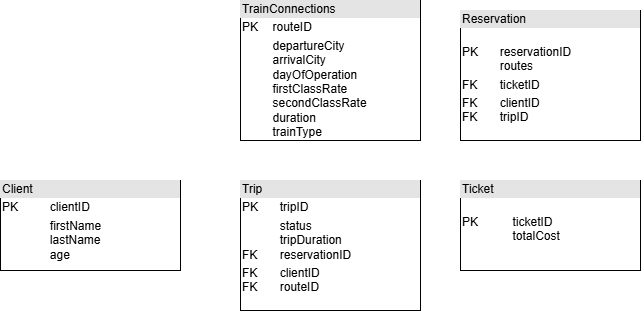
Earlier version of the draw.io export artifacts/relational_data_model.drawio.png (rajdey03/SOEN342). Source tidied: cells renumbered, new cells last; positions are measured from the earlier drawing's top-left corner, leaving out a move shared by most shapes. Its diagram source:
```xml
<mxGraphModel>
  <root>
    <mxCell id="0" />
    <mxCell id="1" parent="0" />
    <mxCell id="2" value="&lt;div style=&quot;box-sizing: border-box; width: 100%; background: rgb(228, 228, 228); padding: 2px;&quot;&gt;TrainConnections&lt;/div&gt;&lt;table style=&quot;width:100%;font-size:1em;&quot; cellpadding=&quot;2&quot; cellspacing=&quot;0&quot;&gt;&lt;tbody&gt;&lt;tr&gt;&lt;td&gt;PK&lt;br&gt;&lt;/td&gt;&lt;td&gt;routeID&lt;br&gt;&lt;/td&gt;&lt;/tr&gt;&lt;tr&gt;&lt;td&gt;&lt;br&gt;&lt;br&gt;&lt;br&gt;&lt;br&gt;&lt;br&gt;&lt;br&gt;&lt;/td&gt;&lt;td&gt;departureCity&lt;br&gt;arrivalCity&lt;br&gt;dayOfOperation&lt;br&gt;firstClassRate&lt;br&gt;secondClassRate&lt;br&gt;duration&lt;br&gt;trainType&lt;br&gt;&lt;/td&gt;&lt;/tr&gt;&lt;tr&gt;&lt;td&gt;&lt;/td&gt;&lt;td&gt;&lt;br&gt;&lt;/td&gt;&lt;/tr&gt;&lt;/tbody&gt;&lt;/table&gt;" style="verticalAlign=top;align=left;overflow=fill;html=1;whiteSpace=wrap;" parent="1" vertex="1">
      <mxGeometry x="240" width="180" height="140" as="geometry" />
    </mxCell>
    <mxCell id="3" value="&lt;div style=&quot;box-sizing: border-box; width: 100%; background: rgb(228, 228, 228); padding: 2px;&quot;&gt;Client&lt;/div&gt;&lt;table style=&quot;width:100%;font-size:1em;&quot; cellpadding=&quot;2&quot; cellspacing=&quot;0&quot;&gt;&lt;tbody&gt;&lt;tr&gt;&lt;td&gt;PK&lt;/td&gt;&lt;td&gt;clientID&lt;/td&gt;&lt;/tr&gt;&lt;tr&gt;&lt;td&gt;&lt;br&gt;&lt;/td&gt;&lt;td&gt;firstName&lt;br&gt;lastName&lt;br&gt;age&lt;/td&gt;&lt;/tr&gt;&lt;tr&gt;&lt;td&gt;&lt;/td&gt;&lt;td&gt;&lt;br&gt;&lt;/td&gt;&lt;/tr&gt;&lt;/tbody&gt;&lt;/table&gt;" style="verticalAlign=top;align=left;overflow=fill;html=1;whiteSpace=wrap;" parent="1" vertex="1">
      <mxGeometry y="180" width="180" height="90" as="geometry" />
    </mxCell>
    <mxCell id="4" value="&lt;div style=&quot;box-sizing: border-box; width: 100%; background: rgb(228, 228, 228); padding: 2px;&quot;&gt;Trip&lt;/div&gt;&lt;table style=&quot;width:100%;font-size:1em;&quot; cellpadding=&quot;2&quot; cellspacing=&quot;0&quot;&gt;&lt;tbody&gt;&lt;tr&gt;&lt;td&gt;PK&lt;/td&gt;&lt;td&gt;tripID&lt;/td&gt;&lt;/tr&gt;&lt;tr&gt;&lt;td&gt;&lt;br&gt;&lt;br&gt;FK&lt;/td&gt;&lt;td&gt;status&lt;br&gt;tripDuration&lt;br&gt;reservationID&lt;br&gt;&lt;/td&gt;&lt;/tr&gt;&lt;tr&gt;&lt;td&gt;FK&lt;br&gt;FK&lt;/td&gt;&lt;td&gt;clientID&lt;br&gt;routeID&lt;br&gt;&lt;/td&gt;&lt;/tr&gt;&lt;/tbody&gt;&lt;/table&gt;" style="verticalAlign=top;align=left;overflow=fill;html=1;whiteSpace=wrap;" parent="1" vertex="1">
      <mxGeometry x="240" y="180" width="180" height="130" as="geometry" />
    </mxCell>
    <mxCell id="5" value="&lt;div style=&quot;box-sizing: border-box; width: 100%; background: rgb(228, 228, 228); padding: 2px;&quot;&gt;Reservation&lt;/div&gt;&lt;table style=&quot;width:100%;font-size:1em;&quot; cellpadding=&quot;2&quot; cellspacing=&quot;0&quot;&gt;&lt;tbody&gt;&lt;tr&gt;&lt;td&gt;PK&lt;/td&gt;&lt;td&gt;&lt;br&gt;reservationID&lt;br&gt;routes&lt;/td&gt;&lt;/tr&gt;&lt;tr&gt;&lt;td&gt;FK&lt;/td&gt;&lt;td&gt;ticketID&lt;br&gt;&lt;/td&gt;&lt;/tr&gt;&lt;tr&gt;&lt;td&gt;FK&lt;br&gt;FK&lt;/td&gt;&lt;td&gt;clientID&lt;br&gt;tripID&lt;/td&gt;&lt;/tr&gt;&lt;/tbody&gt;&lt;/table&gt;" style="verticalAlign=top;align=left;overflow=fill;html=1;whiteSpace=wrap;" parent="1" vertex="1">
      <mxGeometry x="460" y="10" width="180" height="130" as="geometry" />
    </mxCell>
    <mxCell id="6" value="&lt;div style=&quot;box-sizing: border-box; width: 100%; background: rgb(228, 228, 228); padding: 2px;&quot;&gt;Ticket&lt;/div&gt;&lt;table style=&quot;width:100%;font-size:1em;&quot; cellpadding=&quot;2&quot; cellspacing=&quot;0&quot;&gt;&lt;tbody&gt;&lt;tr&gt;&lt;td&gt;PK&lt;/td&gt;&lt;td&gt;&lt;br&gt;ticketID&lt;br&gt;totalCost&lt;br&gt;&lt;/td&gt;&lt;/tr&gt;&lt;tr&gt;&lt;td&gt;&lt;br&gt;&lt;/td&gt;&lt;td&gt;&lt;br&gt;&lt;/td&gt;&lt;/tr&gt;&lt;tr&gt;&lt;td&gt;&lt;/td&gt;&lt;td&gt;&lt;br&gt;&lt;/td&gt;&lt;/tr&gt;&lt;/tbody&gt;&lt;/table&gt;" style="verticalAlign=top;align=left;overflow=fill;html=1;whiteSpace=wrap;" parent="1" vertex="1">
      <mxGeometry x="460" y="180" width="180" height="90" as="geometry" />
    </mxCell>
  </root>
</mxGraphModel>
```
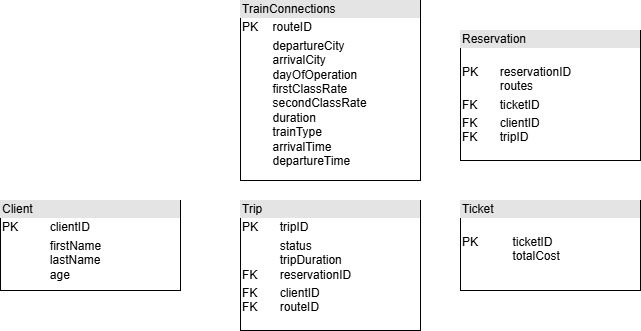
After the change.

Commit message:
Updated system operations, operation contracts and relational database model

Diff of the diagram source:
```diff
@@ -2,8 +2,8 @@
   <root>
     <mxCell id="0" />
     <mxCell id="1" parent="0" />
-    <mxCell id="2" value="&lt;div style=&quot;box-sizing: border-box; width: 100%; background: rgb(228, 228, 228); padding: 2px;&quot;&gt;TrainConnections&lt;/div&gt;&lt;table style=&quot;width:100%;font-size:1em;&quot; cellpadding=&quot;2&quot; cellspacing=&quot;0&quot;&gt;&lt;tbody&gt;&lt;tr&gt;&lt;td&gt;PK&lt;br&gt;&lt;/td&gt;&lt;td&gt;routeID&lt;br&gt;&lt;/td&gt;&lt;/tr&gt;&lt;tr&gt;&lt;td&gt;&lt;br&gt;&lt;br&gt;&lt;br&gt;&lt;br&gt;&lt;br&gt;&lt;br&gt;&lt;/td&gt;&lt;td&gt;departureCity&lt;br&gt;arrivalCity&lt;br&gt;dayOfOperation&lt;br&gt;firstClassRate&lt;br&gt;secondClassRate&lt;br&gt;duration&lt;br&gt;trainType&lt;br&gt;&lt;/td&gt;&lt;/tr&gt;&lt;tr&gt;&lt;td&gt;&lt;/td&gt;&lt;td&gt;&lt;br&gt;&lt;/td&gt;&lt;/tr&gt;&lt;/tbody&gt;&lt;/table&gt;" style="verticalAlign=top;align=left;overflow=fill;html=1;whiteSpace=wrap;" parent="1" vertex="1">
-      <mxGeometry x="240" width="180" height="140" as="geometry" />
+    <mxCell id="2" value="&lt;div style=&quot;box-sizing: border-box; width: 100%; background: rgb(228, 228, 228); padding: 2px;&quot;&gt;TrainConnections&lt;/div&gt;&lt;table style=&quot;width:100%;font-size:1em;&quot; cellpadding=&quot;2&quot; cellspacing=&quot;0&quot;&gt;&lt;tbody&gt;&lt;tr&gt;&lt;td&gt;PK&lt;br&gt;&lt;/td&gt;&lt;td&gt;routeID&lt;br&gt;&lt;/td&gt;&lt;/tr&gt;&lt;tr&gt;&lt;td&gt;&lt;br&gt;&lt;br&gt;&lt;br&gt;&lt;br&gt;&lt;br&gt;&lt;br&gt;&lt;/td&gt;&lt;td&gt;departureCity&lt;br&gt;arrivalCity&lt;br&gt;dayOfOperation&lt;br&gt;firstClassRate&lt;br&gt;secondClassRate&lt;br&gt;duration&lt;br&gt;trainType&lt;br&gt;arrivalTime&lt;br&gt;departureTime&lt;/td&gt;&lt;/tr&gt;&lt;tr&gt;&lt;td&gt;&lt;/td&gt;&lt;td&gt;&lt;br&gt;&lt;/td&gt;&lt;/tr&gt;&lt;/tbody&gt;&lt;/table&gt;" style="verticalAlign=top;align=left;overflow=fill;html=1;whiteSpace=wrap;" parent="1" vertex="1">
+      <mxGeometry x="240" y="-20" width="180" height="180" as="geometry" />
     </mxCell>
     <mxCell id="3" value="&lt;div style=&quot;box-sizing: border-box; width: 100%; background: rgb(228, 228, 228); padding: 2px;&quot;&gt;Client&lt;/div&gt;&lt;table style=&quot;width:100%;font-size:1em;&quot; cellpadding=&quot;2&quot; cellspacing=&quot;0&quot;&gt;&lt;tbody&gt;&lt;tr&gt;&lt;td&gt;PK&lt;/td&gt;&lt;td&gt;clientID&lt;/td&gt;&lt;/tr&gt;&lt;tr&gt;&lt;td&gt;&lt;br&gt;&lt;/td&gt;&lt;td&gt;firstName&lt;br&gt;lastName&lt;br&gt;age&lt;/td&gt;&lt;/tr&gt;&lt;tr&gt;&lt;td&gt;&lt;/td&gt;&lt;td&gt;&lt;br&gt;&lt;/td&gt;&lt;/tr&gt;&lt;/tbody&gt;&lt;/table&gt;" style="verticalAlign=top;align=left;overflow=fill;html=1;whiteSpace=wrap;" parent="1" vertex="1">
       <mxGeometry y="180" width="180" height="90" as="geometry" />
```
